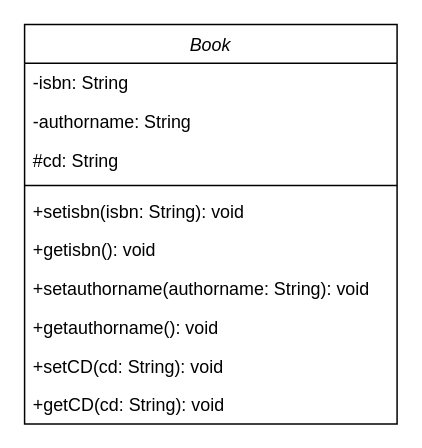
Before: Book Diagram.drawio in fxrhxnS/Week2Diagram, a draw.io diagram. Source tidied: cells renumbered, new cells numbered last; positions are measured from the earlier drawing's top-left corner, leaving out a move shared by most shapes. Both pictures are drawn from the tidied source at 149%, with x=0, y=0 at pixel (24, 24).
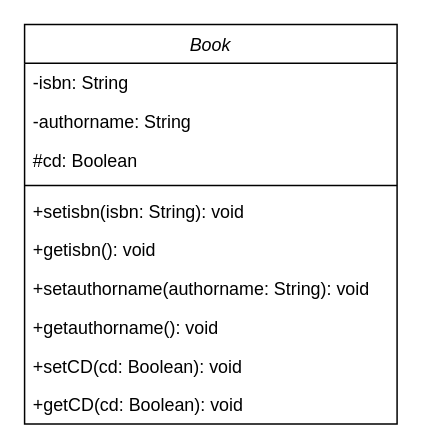
The same diagram, later.

The edit, as a diff of the source:
```diff
@@
 <mxGraphModel>
   <root>
     <mxCell id="0" />
     <mxCell id="1" parent="0" />
     <mxCell id="2" value="Book" style="swimlane;fontStyle=2;align=center;verticalAlign=top;horizontal=1;startSize=26;rounded=0;shadow=0;strokeWidth=1;" parent="1" vertex="1">
       <mxGeometry width="250" height="268" as="geometry" />
     </mxCell>
     <mxCell id="3" value="-isbn: String" style="text;align=left;verticalAlign=top;spacingLeft=4;spacingRight=4;overflow=hidden;" parent="2" vertex="1">
       <mxGeometry y="26" width="250" height="26" as="geometry" />
     </mxCell>
     <mxCell id="4" value="-authorname: String" style="text;align=left;verticalAlign=top;spacingLeft=4;spacingRight=4;overflow=hidden;rounded=0;shadow=0;html=0;" parent="2" vertex="1">
       <mxGeometry y="52" width="250" height="26" as="geometry" />
     </mxCell>
-    <mxCell id="5" value="#cd: String" style="text;align=left;verticalAlign=top;spacingLeft=4;spacingRight=4;overflow=hidden;rounded=0;shadow=0;html=0;" parent="2" vertex="1">
+    <mxCell id="5" value="#cd: Boolean" style="text;align=left;verticalAlign=top;spacingLeft=4;spacingRight=4;overflow=hidden;rounded=0;shadow=0;html=0;" parent="2" vertex="1">
       <mxGeometry y="78" width="250" height="26" as="geometry" />
     </mxCell>
     <mxCell id="6" style="line;html=1;strokeWidth=1;align=left;verticalAlign=middle;spacingTop=-1;spacingLeft=3;spacingRight=3;labelPosition=right;" parent="2" vertex="1">
       <mxGeometry y="104" width="250" height="8" as="geometry" />
     </mxCell>
     <mxCell id="7" value="+setisbn(isbn: String): void" style="text;align=left;verticalAlign=top;spacingLeft=4;spacingRight=4;overflow=hidden;" parent="2" vertex="1">
       <mxGeometry y="112" width="250" height="26" as="geometry" />
     </mxCell>
     <mxCell id="8" value="+getisbn(): void" style="text;align=left;verticalAlign=top;spacingLeft=4;spacingRight=4;overflow=hidden;" parent="2" vertex="1">
       <mxGeometry y="138" width="250" height="26" as="geometry" />
     </mxCell>
     <mxCell id="9" value="+setauthorname(authorname: String): void" style="text;align=left;verticalAlign=top;spacingLeft=4;spacingRight=4;overflow=hidden;" parent="2" vertex="1">
       <mxGeometry y="164" width="250" height="26" as="geometry" />
     </mxCell>
     <mxCell id="10" value="+getauthorname(): void" style="text;align=left;verticalAlign=top;spacingLeft=4;spacingRight=4;overflow=hidden;" parent="2" vertex="1">
       <mxGeometry y="190" width="250" height="26" as="geometry" />
     </mxCell>
-    <mxCell id="11" value="+setCD(cd: String): void" style="text;align=left;verticalAlign=top;spacingLeft=4;spacingRight=4;overflow=hidden;" parent="2" vertex="1">
+    <mxCell id="11" value="+setCD(cd: Boolean): void" style="text;align=left;verticalAlign=top;spacingLeft=4;spacingRight=4;overflow=hidden;" parent="2" vertex="1">
       <mxGeometry y="216" width="250" height="26" as="geometry" />
     </mxCell>
-    <mxCell id="12" value="+getCD(cd: String): void" style="text;align=left;verticalAlign=top;spacingLeft=4;spacingRight=4;overflow=hidden;" parent="2" vertex="1">
+    <mxCell id="12" value="+getCD(cd: Boolean): void" style="text;align=left;verticalAlign=top;spacingLeft=4;spacingRight=4;overflow=hidden;" parent="2" vertex="1">
       <mxGeometry y="242" width="250" height="26" as="geometry" />
     </mxCell>
   </root>
 </mxGraphModel>
```
